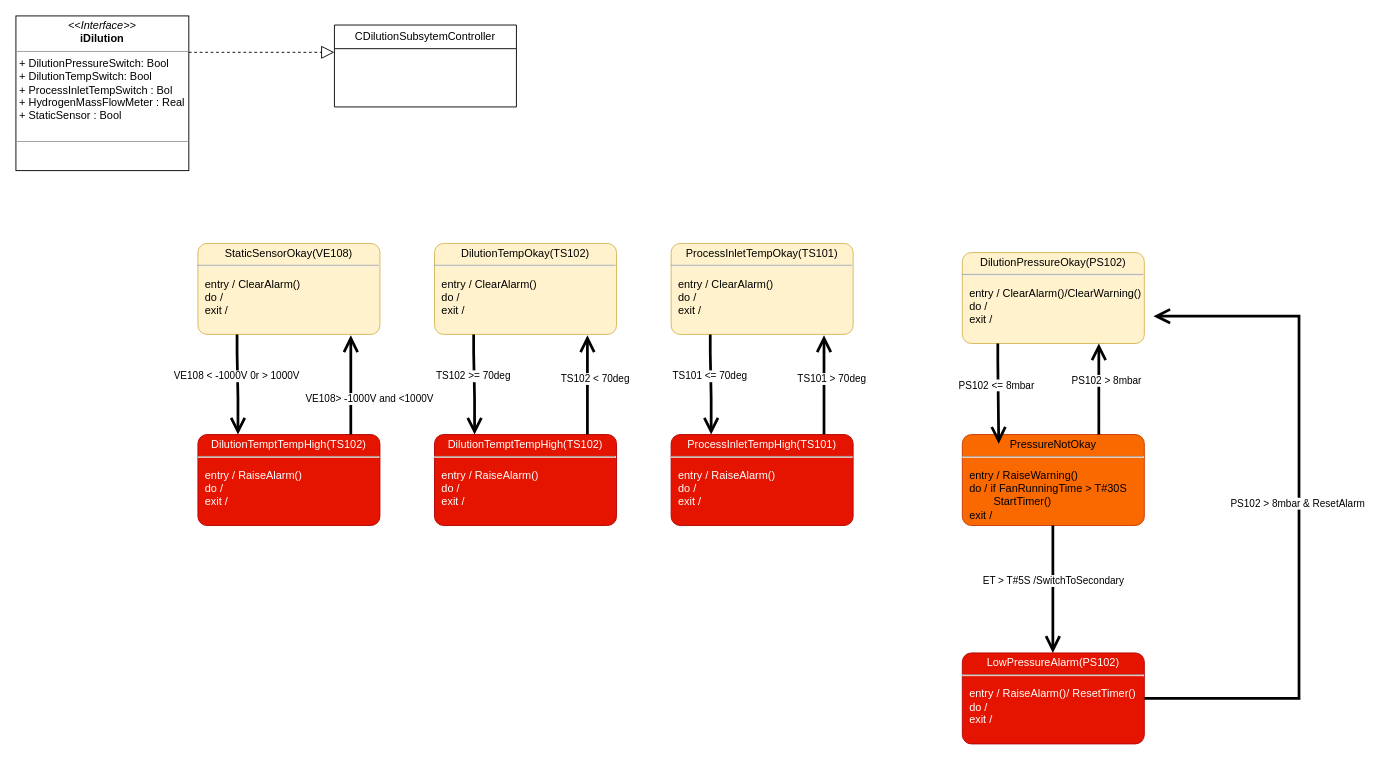
EdwardsKorea/CommonDrawIO keeps this draw.io diagram as page "DilutionSubSystem" (5 of 10) of H2D Modular.drawio. Above is the earlier version. Source tidied: cells renumbered, new cells numbered last; positions are measured from the earlier drawing's top-left corner, leaving out a move shared by most shapes. Both pictures are drawn from the tidied source at 91%, with x=0, y=0 at pixel (15, 15).
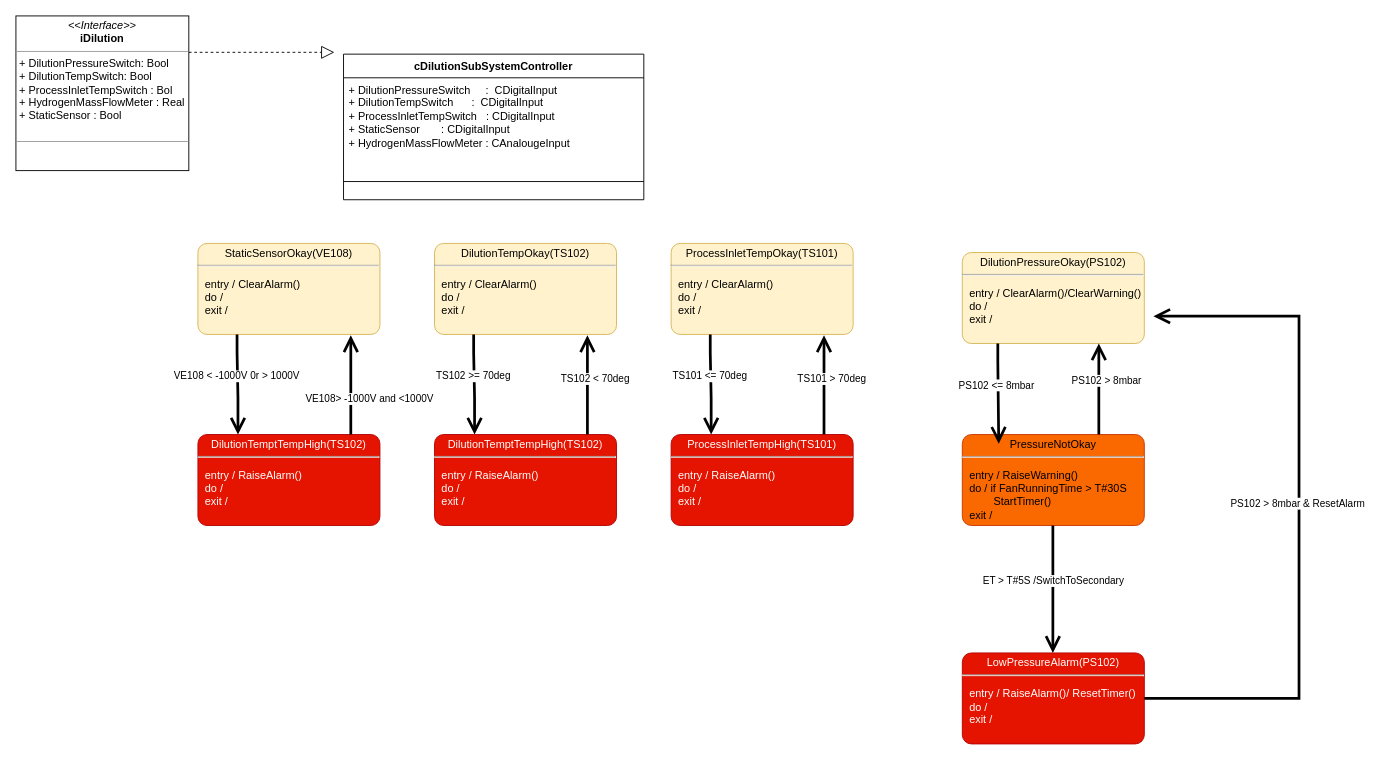
After the change.

Diff of the diagram source:
```diff
@@
-    <mxCell id="3" value="CDilutionSubsytemController" style="swimlane;fontStyle=0;horizontal=1;startSize=26;fillColor=none;whiteSpace=wrap;html=1;" parent="1" vertex="1">
-      <mxGeometry x="350" y="10" width="200" height="90" as="geometry" />
-    </mxCell>
@@
+    <mxCell id="24" value="cDilutionSubSystemController" style="swimlane;fontStyle=1;align=center;verticalAlign=top;horizontal=1;startSize=26;whiteSpace=wrap;html=1;" parent="1" vertex="1">
+      <mxGeometry x="360" y="42" width="330" height="160" as="geometry" />
+    </mxCell>
+    <mxCell id="25" value="+ DilutionPressureSwitch&amp;nbsp; &amp;nbsp; &amp;nbsp;:&amp;nbsp; CDigitalInput&lt;br&gt;+ DilutionTempSwitch&lt;span style=&quot;white-space: pre;&quot;&gt; &lt;/span&gt;&amp;nbsp; &amp;nbsp; &amp;nbsp;:&amp;nbsp; CDigitalInput&lt;br&gt;+ ProcessInletTempSwitch&amp;nbsp; &amp;nbsp;: CDigitalInput&lt;br&gt;+ StaticSensor&lt;span style=&quot;white-space: pre;&quot;&gt; &lt;/span&gt;&lt;span style=&quot;white-space: pre;&quot;&gt; &lt;/span&gt;&amp;nbsp; &amp;nbsp; &amp;nbsp;: CDigitalInput&lt;br&gt;+ HydrogenMassFlowMeter : CAnalougeInput&amp;nbsp;" style="text;strokeColor=none;fillColor=none;align=left;verticalAlign=top;spacingLeft=4;spacingRight=4;overflow=hidden;whiteSpace=wrap;html=1;" parent="24" vertex="1">
+      <mxGeometry y="26" width="330" height="94" as="geometry" />
+    </mxCell>
+    <mxCell id="26" style="line;strokeWidth=1;fillColor=none;align=left;verticalAlign=middle;spacingTop=-1;spacingLeft=3;spacingRight=3;labelPosition=right;strokeColor=inherit;" parent="24" vertex="1">
+      <mxGeometry y="120" width="330" height="40" as="geometry" />
+    </mxCell>
```
